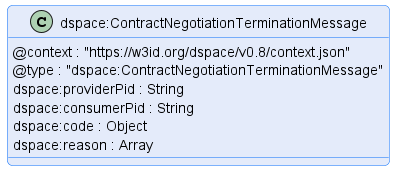
Above: negotiation/message/diagram/contract-negotiation-termination-message.png in International-Data-Spaces-Association/ids-specification (PlantUML), before the change.
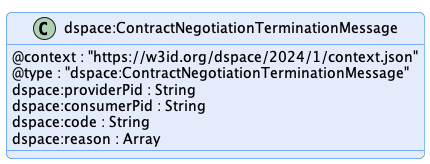
Later version of the same file.

Diff of the diagram source:
```diff
@@ -7,11 +7,11 @@
 
 
 class "dspace:ContractNegotiationTerminationMessage" {
-    @context : "https://w3id.org/dspace/v0.8/context.json"
+    @context : "https://w3id.org/dspace/2024/1/context.json"
     @type : "dspace:ContractNegotiationTerminationMessage"
     dspace:providerPid : String
     dspace:consumerPid : String
-    dspace:code : Object
+    dspace:code : String
     dspace:reason : Array
 }
 
```
